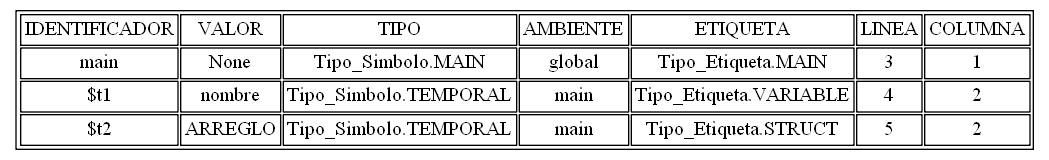
Earlier version of the Graphviz export tablasimbolos.png (AndreeAvalos/OLC2-AUGUS). Its source is kept beside it as tablasimbolos.dot.
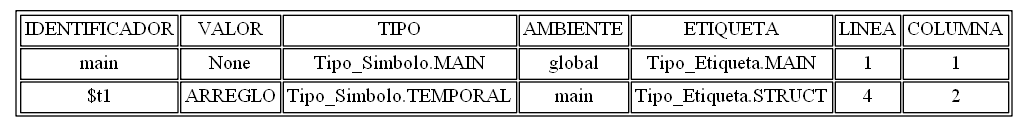
The same file after the commit.

Commit message:
fix arreglo con arbol de caracteres

Diff of the diagram source:
```diff
@@ -3,9 +3,8 @@
 graph [bb="0,0,352,154"];
 arset [label=<<TABLE ALIGN="LEFT">
 <TR><TD>IDENTIFICADOR</TD><TD>VALOR</TD><TD>TIPO</TD><TD>AMBIENTE</TD><TD>ETIQUETA</TD><TD>LINEA</TD><TD>COLUMNA</TD></TR>
-<TR><TD>main</TD><TD>None</TD><TD>Tipo_Simbolo.MAIN</TD><TD>global</TD><TD>Tipo_Etiqueta.MAIN</TD><TD>3</TD><TD>1</TD></TR>
-<TR><TD>$t1</TD><TD>nombre</TD><TD>Tipo_Simbolo.TEMPORAL</TD><TD>main</TD><TD>Tipo_Etiqueta.VARIABLE</TD><TD>4</TD><TD>2</TD></TR>
-<TR><TD>$t2</TD><TD>ARREGLO</TD><TD>Tipo_Simbolo.TEMPORAL</TD><TD>main</TD><TD>Tipo_Etiqueta.STRUCT</TD><TD>5</TD><TD>2</TD></TR>
+<TR><TD>main</TD><TD>None</TD><TD>Tipo_Simbolo.MAIN</TD><TD>global</TD><TD>Tipo_Etiqueta.MAIN</TD><TD>1</TD><TD>1</TD></TR>
+<TR><TD>$t1</TD><TD>ARREGLO</TD><TD>Tipo_Simbolo.TEMPORAL</TD><TD>main</TD><TD>Tipo_Etiqueta.STRUCT</TD><TD>4</TD><TD>2</TD></TR>
 </TABLE>
 >, ];
 }
```
